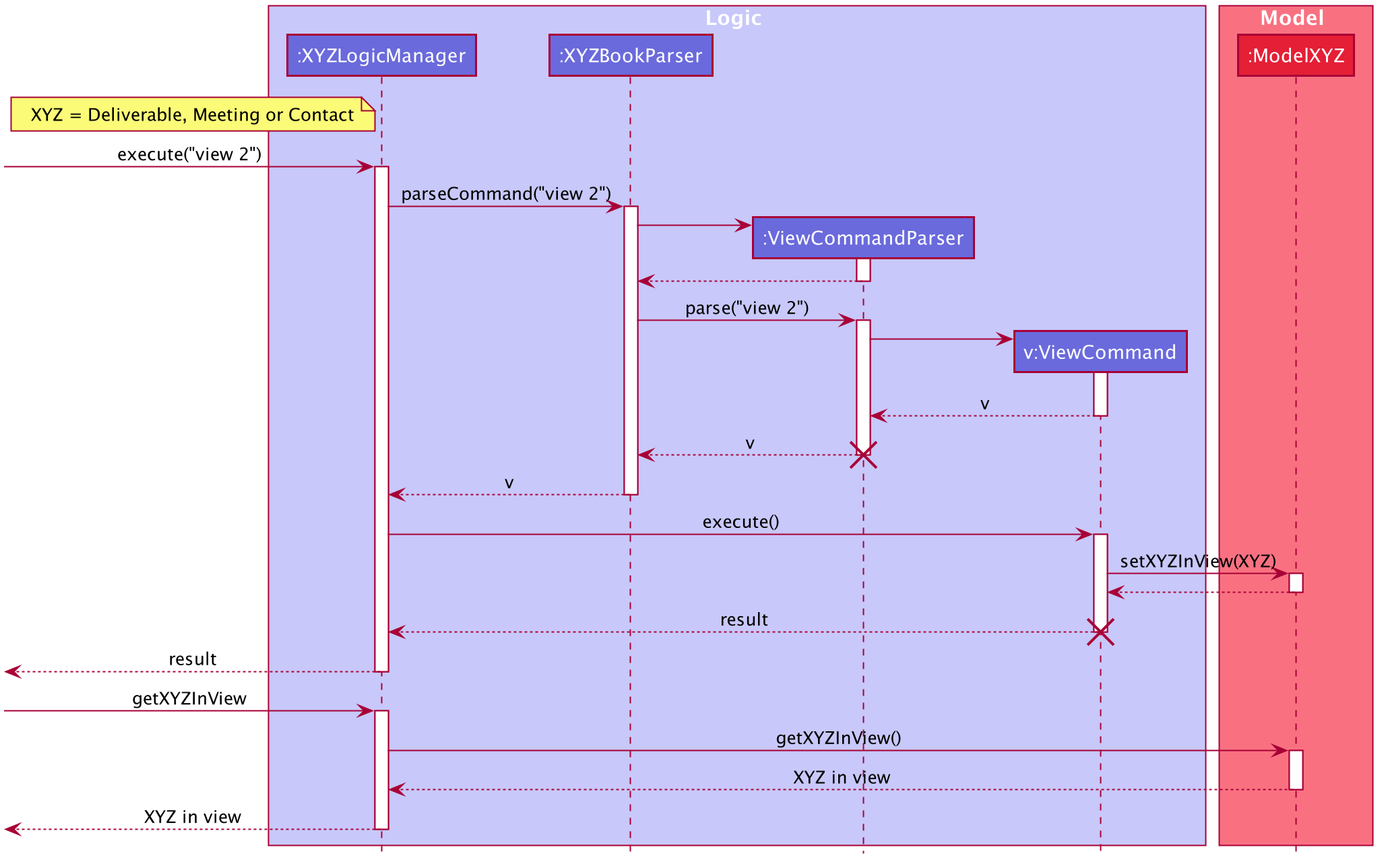
Earlier version of the PlantUML export docs/images/ViewCommandSequenceDiagram.png (shadowezz/Productiv).
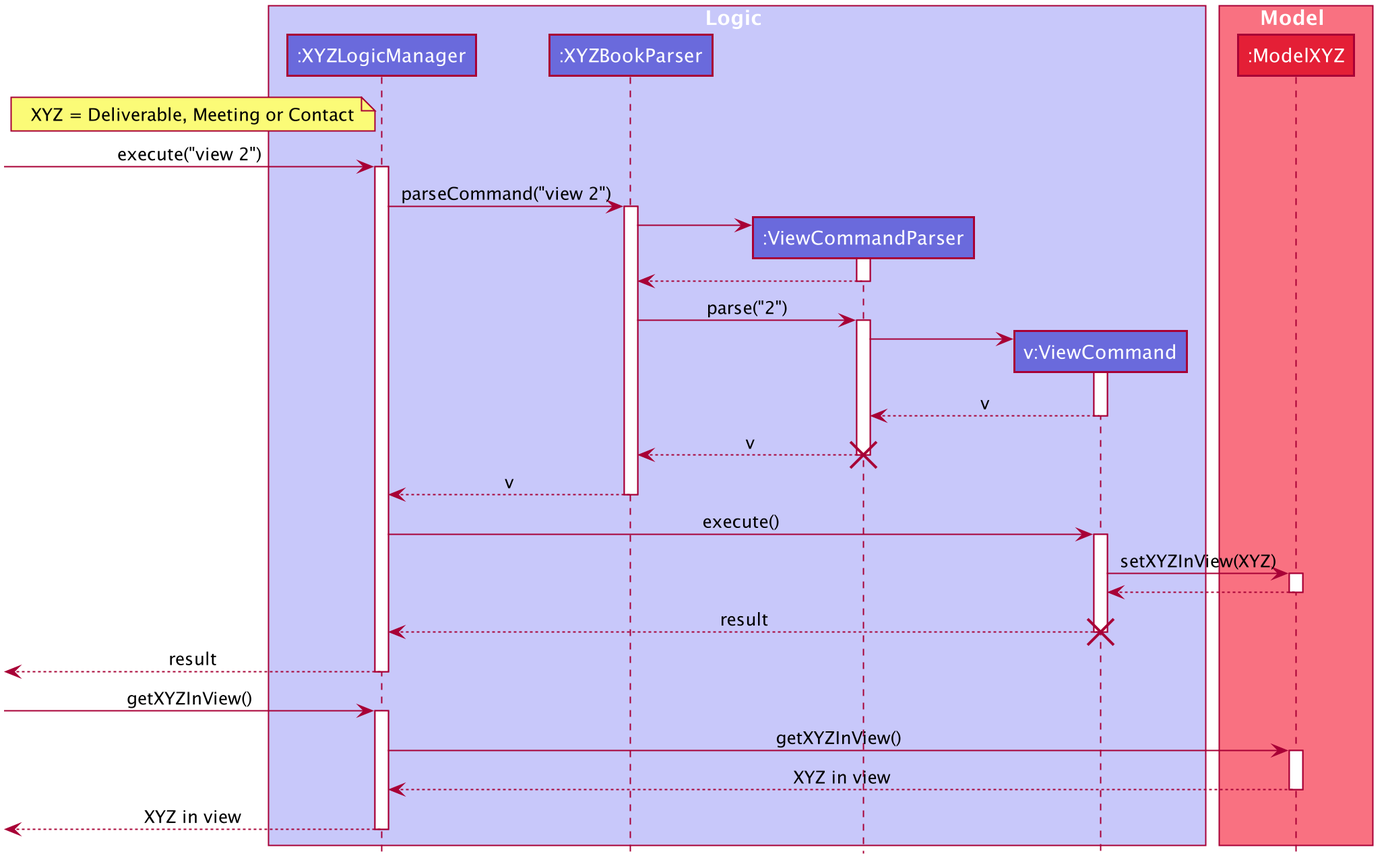
After the change.

Diff of the diagram source:
```diff
@@ -74,7 +74,7 @@
 ViewCommandParser --> XYZBookParser
 deactivate ViewCommandParser
 
-XYZBookParser -> ViewCommandParser : parse("view 2")
+XYZBookParser -> ViewCommandParser : parse("2")
 activate ViewCommandParser
 
 create ViewCommand
@@ -107,7 +107,7 @@
 [<-- XYZLogicManager : result
 deactivate XYZLogicManager
 
-[-> XYZLogicManager : getXYZInView
+[-> XYZLogicManager : getXYZInView()
 activate XYZLogicManager
 
 XYZLogicManager -> ModelXYZ : getXYZInView()
```
